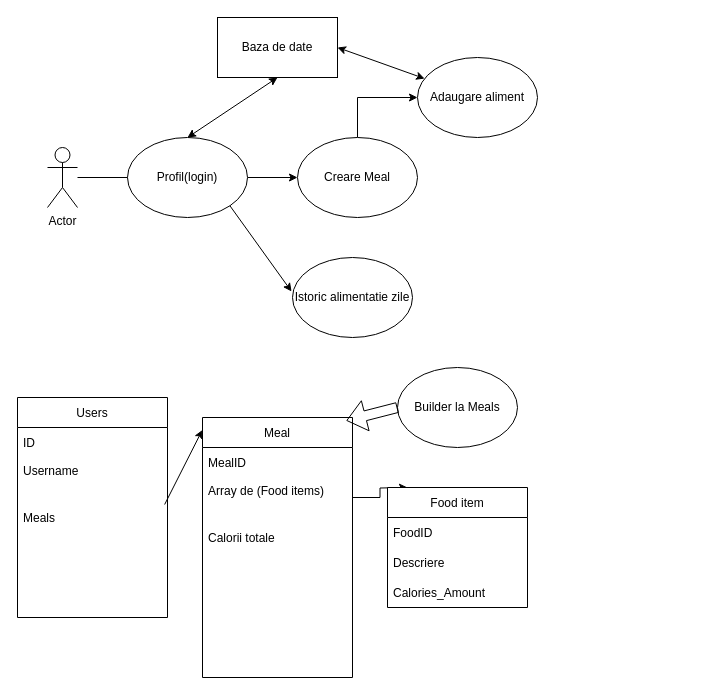
Above: Untitled Diagram.drawio in Splasher1804/Foodiet (draw.io), before the change. Source tidied: cells renumbered, new cells numbered last; positions are measured from the earlier drawing's top-left corner, leaving out a move shared by most shapes. Both pictures are drawn from the tidied source at 100%, with x=0, y=0 at pixel (17, 17).
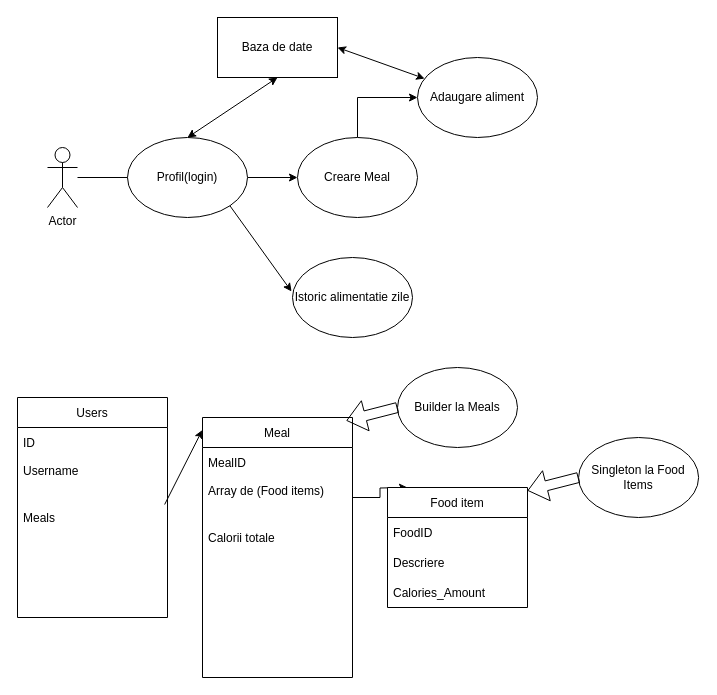
The same diagram, later.

What changed in the source:
```diff
@@
+    <mxCell id="35" value="Singleton la Food Items" style="ellipse;whiteSpace=wrap;html=1;" parent="1" vertex="1">
+      <mxGeometry x="561.1" y="420" width="120" height="80" as="geometry" />
+    </mxCell>
+    <mxCell id="36" style="shape=flexArrow;endArrow=classic;html=1;rounded=0;entryX=0.959;entryY=0.012;entryDx=0;entryDy=0;entryPerimeter=0;exitX=0;exitY=0.5;exitDx=0;exitDy=0;" parent="1" edge="1" source="35">
+      <mxGeometry relative="1" as="geometry">
+        <mxPoint x="510" y="473.1" as="targetPoint" />
+      </mxGeometry>
+    </mxCell>
```
